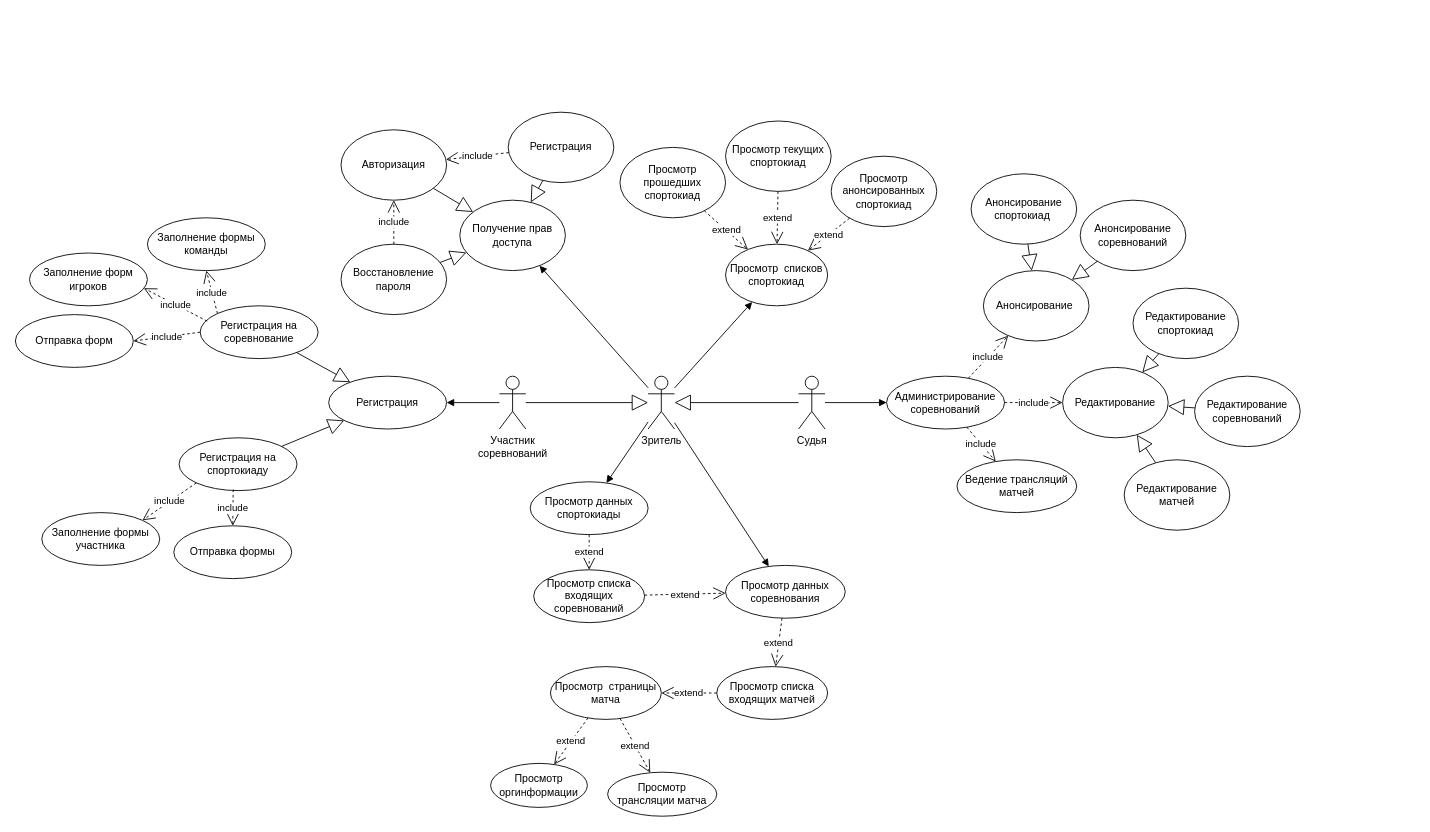
Earlier version of the draw.io diagram use-case.drawio (siva-2001/SCS-docs). Source tidied: cells renumbered, new cells numbered last; positions are measured from the earlier drawing's top-left corner, leaving out a move shared by most shapes. Both pictures are drawn from the tidied source at 88%, with x=0, y=0 at pixel (15, 112).
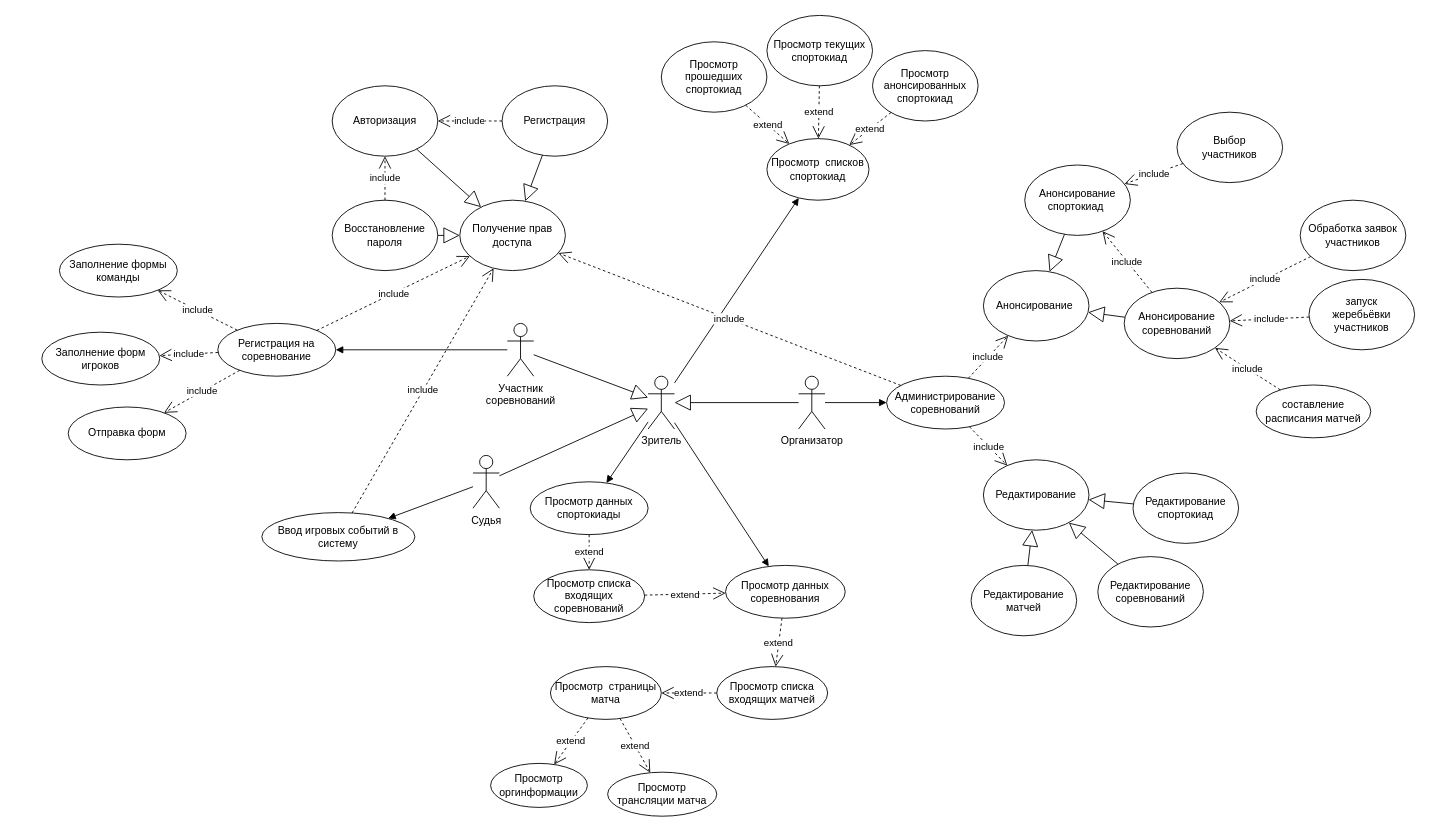
The same page after the edit.

Commit message:
additions and changes made to the use-case diagramm

The change refers to these unchanged cells:
```xml
<mxCell id="4" value="Зритель" style="shape=umlActor;verticalLabelPosition=bottom;verticalAlign=top;html=1;outlineConnect=0;" parent="1" vertex="1">
  <mxGeometry x="719" y="300" width="30" height="60" as="geometry" />
</mxCell>
<mxCell id="19" value="Получение прав доступа" style="ellipse;whiteSpace=wrap;html=1;" parent="1" vertex="1">
  <mxGeometry x="505" y="100" width="120" height="80" as="geometry" />
</mxCell>
<mxCell id="49" value="Администрирование соревнований" style="ellipse;whiteSpace=wrap;html=1;" parent="1" vertex="1">
  <mxGeometry x="990" y="300" width="134" height="60" as="geometry" />
</mxCell>
```

The edit, as a diff of the source:
```diff
@@
-    <mxCell id="2" value="Судья&lt;br&gt;" style="shape=umlActor;verticalLabelPosition=bottom;verticalAlign=top;html=1;outlineConnect=0;" parent="1" vertex="1">
+    <mxCell id="2" value="Организатор" style="shape=umlActor;verticalLabelPosition=bottom;verticalAlign=top;html=1;outlineConnect=0;" parent="1" vertex="1">
       <mxGeometry x="890" y="300" width="30" height="60" as="geometry" />
     </mxCell>
     <mxCell id="3" value="Участник &lt;br&gt;соревнований" style="shape=umlActor;verticalLabelPosition=bottom;verticalAlign=top;html=1;outlineConnect=0;" parent="1" vertex="1">
-      <mxGeometry x="550" y="300" width="30" height="60" as="geometry" />
+      <mxGeometry x="559" y="240" width="30" height="60" as="geometry" />
     </mxCell>
@@
     <mxCell id="5" value="Просмотр&amp;nbsp; списков спортокиад" style="ellipse;whiteSpace=wrap;html=1;" parent="1" vertex="1">
-      <mxGeometry x="807" y="150" width="116" height="70" as="geometry" />
+      <mxGeometry x="854" y="30" width="116" height="70" as="geometry" />
     </mxCell>
     <mxCell id="6" value="Просмотр прошедших&lt;br&gt;спортокиад" style="ellipse;whiteSpace=wrap;html=1;" parent="1" vertex="1">
-      <mxGeometry x="687" y="40" width="120" height="80" as="geometry" />
+      <mxGeometry x="734" y="-80" width="120" height="80" as="geometry" />
     </mxCell>
     <mxCell id="7" value="Просмотр анонсированных&lt;br&gt;спортокиад" style="ellipse;whiteSpace=wrap;html=1;" parent="1" vertex="1">
-      <mxGeometry x="927" y="50" width="120" height="80" as="geometry" />
+      <mxGeometry x="974" y="-70" width="120" height="80" as="geometry" />
     </mxCell>
     <mxCell id="8" value="Просмотр текущих&lt;br&gt;спортокиад" style="ellipse;whiteSpace=wrap;html=1;" parent="1" vertex="1">
-      <mxGeometry x="807" y="10" width="120" height="80" as="geometry" />
+      <mxGeometry x="854" y="-110" width="120" height="80" as="geometry" />
     </mxCell>
@@
-    <mxCell id="20" style="html=1;verticalAlign=bottom;endArrow=block;rounded=0;" parent="1" edge="1" source="4" target="19">
-      <mxGeometry relative="1" as="geometry" />
-    </mxCell>
@@
     <mxCell id="23" value="Авторизация" style="ellipse;whiteSpace=wrap;html=1;" parent="1" vertex="1">
-      <mxGeometry x="370" y="20" width="120" height="80" as="geometry" />
+      <mxGeometry x="360" y="-30" width="120" height="80" as="geometry" />
     </mxCell>
     <mxCell id="24" value="Регистрация" style="ellipse;whiteSpace=wrap;html=1;" parent="1" vertex="1">
-      <mxGeometry x="560" width="120" height="80" as="geometry" />
+      <mxGeometry x="553" y="-30" width="120" height="80" as="geometry" />
     </mxCell>
     <mxCell id="25" value="Восстановление пароля" style="ellipse;whiteSpace=wrap;html=1;" parent="1" vertex="1">
-      <mxGeometry x="370" y="150" width="120" height="80" as="geometry" />
+      <mxGeometry x="360" y="100" width="120" height="80" as="geometry" />
     </mxCell>
@@
     <mxCell id="40" value="Регистрация на соревнование" style="ellipse;whiteSpace=wrap;html=1;" parent="1" vertex="1">
-      <mxGeometry x="210" y="220" width="134" height="60" as="geometry" />
+      <mxGeometry x="230" y="240" width="134" height="60" as="geometry" />
     </mxCell>
-    <mxCell id="41" style="html=1;verticalAlign=bottom;endArrow=block;rounded=0;entryX=1;entryY=0.5;entryDx=0;entryDy=0;" parent="1" edge="1" source="3" target="48">
+    <mxCell id="41" style="html=1;verticalAlign=bottom;endArrow=block;rounded=0;entryX=1;entryY=0.5;entryDx=0;entryDy=0;" parent="1" edge="1" source="3" target="40">
       <mxGeometry relative="1" as="geometry" />
     </mxCell>
     <mxCell id="42" value="Заполнение формы&lt;br&gt;команды" style="ellipse;whiteSpace=wrap;html=1;" parent="1" vertex="1">
-      <mxGeometry x="150" y="120" width="134" height="60" as="geometry" />
+      <mxGeometry x="50" y="150" width="134" height="60" as="geometry" />
     </mxCell>
     <mxCell id="43" value="Заполнение форм игроков" style="ellipse;whiteSpace=wrap;html=1;" parent="1" vertex="1">
-      <mxGeometry x="16" y="160" width="134" height="60" as="geometry" />
+      <mxGeometry x="30" y="250" width="134" height="60" as="geometry" />
     </mxCell>
-    <mxCell id="44" value="include" style="endArrow=open;endSize=12;dashed=1;html=1;rounded=0;entryX=0.5;entryY=1;entryDx=0;entryDy=0;exitX=0;exitY=0;exitDx=0;exitDy=0;" parent="1" edge="1" source="40" target="42">
+    <mxCell id="44" value="include" style="endArrow=open;endSize=12;dashed=1;html=1;rounded=0;" parent="1" edge="1" source="40" target="42">
       <mxGeometry relative="1" as="geometry" />
     </mxCell>
-    <mxCell id="45" value="include" style="endArrow=open;endSize=12;dashed=1;html=1;rounded=0;entryX=0.97;entryY=0.667;entryDx=0;entryDy=0;exitX=0.059;exitY=0.291;exitDx=0;exitDy=0;entryPerimeter=0;exitPerimeter=0;" parent="1" edge="1" source="40" target="43">
+    <mxCell id="45" value="include" style="endArrow=open;endSize=12;dashed=1;html=1;rounded=0;" parent="1" edge="1" source="40" target="43">
       <mxGeometry relative="1" as="geometry" />
     </mxCell>
     <mxCell id="46" value="Отправка форм" style="ellipse;whiteSpace=wrap;html=1;" parent="1" vertex="1">
-      <mxGeometry y="230" width="134" height="60" as="geometry" />
+      <mxGeometry x="60" y="335" width="134" height="60" as="geometry" />
     </mxCell>
-    <mxCell id="47" value="include" style="endArrow=open;endSize=12;dashed=1;html=1;rounded=0;entryX=1;entryY=0.5;entryDx=0;entryDy=0;exitX=0;exitY=0.5;exitDx=0;exitDy=0;" parent="1" edge="1" source="40" target="46">
+    <mxCell id="47" value="include" style="endArrow=open;endSize=12;dashed=1;html=1;rounded=0;" parent="1" edge="1" source="40" target="46">
       <mxGeometry relative="1" as="geometry" />
     </mxCell>
-    <mxCell id="48" value="Регистрация" style="ellipse;whiteSpace=wrap;html=1;" parent="1" vertex="1">
-      <mxGeometry x="356" y="300" width="134" height="60" as="geometry" />
-    </mxCell>
@@
     <mxCell id="51" value="Анонсирование спортокиад&amp;nbsp;" style="ellipse;whiteSpace=wrap;html=1;" parent="1" vertex="1">
-      <mxGeometry x="1086" y="70" width="120" height="80" as="geometry" />
+      <mxGeometry x="1147" y="60" width="120" height="80" as="geometry" />
     </mxCell>
@@
     <mxCell id="53" value="Анонсирование соревнований" style="ellipse;whiteSpace=wrap;html=1;" parent="1" vertex="1">
-      <mxGeometry x="1210" y="100" width="120" height="80" as="geometry" />
+      <mxGeometry x="1260" y="200" width="120" height="80" as="geometry" />
     </mxCell>
@@
     <mxCell id="58" value="Редактирование" style="ellipse;whiteSpace=wrap;html=1;" parent="1" vertex="1">
-      <mxGeometry x="1190" y="290" width="120" height="80" as="geometry" />
+      <mxGeometry x="1100" y="395" width="120" height="80" as="geometry" />
     </mxCell>
     <mxCell id="59" value="Редактирование матчей" style="ellipse;whiteSpace=wrap;html=1;" parent="1" vertex="1">
-      <mxGeometry x="1260" y="395" width="120" height="80" as="geometry" />
+      <mxGeometry x="1086" y="515" width="120" height="80" as="geometry" />
     </mxCell>
     <mxCell id="60" value="Редактирование соревнований" style="ellipse;whiteSpace=wrap;html=1;" parent="1" vertex="1">
-      <mxGeometry x="1340" y="300" width="120" height="80" as="geometry" />
+      <mxGeometry x="1230" y="505" width="120" height="80" as="geometry" />
     </mxCell>
     <mxCell id="61" value="Редактирование спортокиад" style="ellipse;whiteSpace=wrap;html=1;" parent="1" vertex="1">
-      <mxGeometry x="1270" y="200" width="120" height="80" as="geometry" />
+      <mxGeometry x="1270" y="410" width="120" height="80" as="geometry" />
     </mxCell>
@@
-    <mxCell id="66" value="Ведение трансляций матчей" style="ellipse;whiteSpace=wrap;html=1;" parent="1" vertex="1">
-      <mxGeometry x="1070" y="395" width="136" height="60" as="geometry" />
-    </mxCell>
-    <mxCell id="67" value="include" style="endArrow=open;endSize=12;dashed=1;html=1;rounded=0;" parent="1" edge="1" source="49" target="66">
-      <mxGeometry relative="1" as="geometry" />
-    </mxCell>
-    <mxCell id="68" value="Регистрация на спортокиаду" style="ellipse;whiteSpace=wrap;html=1;" parent="1" vertex="1">
-      <mxGeometry x="186" y="370" width="134" height="60" as="geometry" />
-    </mxCell>
-    <mxCell id="69" value="Отправка формы" style="ellipse;whiteSpace=wrap;html=1;" parent="1" vertex="1">
-      <mxGeometry x="180" y="470" width="134" height="60" as="geometry" />
-    </mxCell>
-    <mxCell id="70" value="Заполнение формы участника" style="ellipse;whiteSpace=wrap;html=1;" parent="1" vertex="1">
-      <mxGeometry x="30" y="455" width="134" height="60" as="geometry" />
-    </mxCell>
-    <mxCell id="71" value="include" style="endArrow=open;endSize=12;dashed=1;html=1;rounded=0;entryX=0.5;entryY=0;entryDx=0;entryDy=0;exitX=0.459;exitY=0.98;exitDx=0;exitDy=0;exitPerimeter=0;" parent="1" edge="1" source="68" target="69">
-      <mxGeometry relative="1" as="geometry" />
-    </mxCell>
-    <mxCell id="72" value="include" style="endArrow=open;endSize=12;dashed=1;html=1;rounded=0;entryX=1;entryY=0;entryDx=0;entryDy=0;exitX=0;exitY=1;exitDx=0;exitDy=0;" parent="1" edge="1" source="68" target="70">
-      <mxGeometry relative="1" as="geometry" />
-    </mxCell>
-    <mxCell id="73" style="endArrow=block;endSize=16;endFill=0;html=1;rounded=0;" parent="1" edge="1" source="68" target="48">
-      <mxGeometry relative="1" as="geometry" />
-    </mxCell>
-    <mxCell id="74" style="endArrow=block;endSize=16;endFill=0;html=1;rounded=0;" parent="1" edge="1" source="40" target="48">
-      <mxGeometry relative="1" as="geometry" />
-    </mxCell>
+    <mxCell id="75" value="include" style="endArrow=open;endSize=12;dashed=1;html=1;rounded=0;" parent="1" edge="1" source="40" target="19">
+      <mxGeometry relative="1" as="geometry" />
+    </mxCell>
+    <mxCell id="76" value="include" style="endArrow=open;endSize=12;dashed=1;html=1;rounded=0;" parent="1" edge="1" source="49" target="19">
+      <mxGeometry relative="1" as="geometry" />
+    </mxCell>
+    <mxCell id="77" value="Обработка заявок участников" style="ellipse;whiteSpace=wrap;html=1;" parent="1" vertex="1">
+      <mxGeometry x="1460" y="100" width="120" height="80" as="geometry" />
+    </mxCell>
+    <mxCell id="78" value="include" style="endArrow=open;endSize=12;dashed=1;html=1;rounded=0;" parent="1" edge="1" source="77" target="53">
+      <mxGeometry relative="1" as="geometry" />
+    </mxCell>
+    <mxCell id="79" value="запуск &lt;br&gt;жеребьёвки&lt;br&gt;участников" style="ellipse;whiteSpace=wrap;html=1;" parent="1" vertex="1">
+      <mxGeometry x="1470" y="190" width="120" height="80" as="geometry" />
+    </mxCell>
+    <mxCell id="80" value="include" style="endArrow=open;endSize=12;dashed=1;html=1;rounded=0;" parent="1" edge="1" source="79" target="53">
+      <mxGeometry relative="1" as="geometry" />
+    </mxCell>
+    <mxCell id="81" value="составление расписания матчей" style="ellipse;whiteSpace=wrap;html=1;" parent="1" vertex="1">
+      <mxGeometry x="1410" y="310" width="130.2" height="60" as="geometry" />
+    </mxCell>
+    <mxCell id="82" value="include" style="endArrow=open;endSize=12;dashed=1;html=1;rounded=0;" parent="1" edge="1" source="81" target="53">
+      <mxGeometry relative="1" as="geometry" />
+    </mxCell>
+    <mxCell id="83" value="Судья" style="shape=umlActor;verticalLabelPosition=bottom;verticalAlign=top;html=1;outlineConnect=0;" parent="1" vertex="1">
+      <mxGeometry x="520" y="390" width="30" height="60" as="geometry" />
+    </mxCell>
+    <mxCell id="84" style="endArrow=block;endSize=16;endFill=0;html=1;rounded=0;" parent="1" edge="1" source="83" target="4">
+      <mxGeometry relative="1" as="geometry" />
+    </mxCell>
+    <mxCell id="85" value="Ввод игровых событий в систему" style="ellipse;whiteSpace=wrap;html=1;" parent="1" vertex="1">
+      <mxGeometry x="280" y="455" width="174" height="55" as="geometry" />
+    </mxCell>
+    <mxCell id="86" style="html=1;verticalAlign=bottom;endArrow=block;rounded=0;" parent="1" edge="1" source="83" target="85">
+      <mxGeometry relative="1" as="geometry" />
+    </mxCell>
+    <mxCell id="87" value="Выбор&lt;br&gt;участников" style="ellipse;whiteSpace=wrap;html=1;" parent="1" vertex="1">
+      <mxGeometry x="1320" width="120" height="80" as="geometry" />
+    </mxCell>
+    <mxCell id="88" value="include" style="endArrow=open;endSize=12;dashed=1;html=1;rounded=0;" parent="1" edge="1" source="87" target="51">
+      <mxGeometry relative="1" as="geometry" />
+    </mxCell>
+    <mxCell id="89" value="include" style="endArrow=open;endSize=12;dashed=1;html=1;rounded=0;" parent="1" edge="1" source="53" target="51">
+      <mxGeometry relative="1" as="geometry" />
+    </mxCell>
+    <mxCell id="90" value="include" style="endArrow=open;endSize=12;dashed=1;html=1;rounded=0;" parent="1" edge="1" source="85" target="19">
+      <mxGeometry relative="1" as="geometry" />
+    </mxCell>
```
